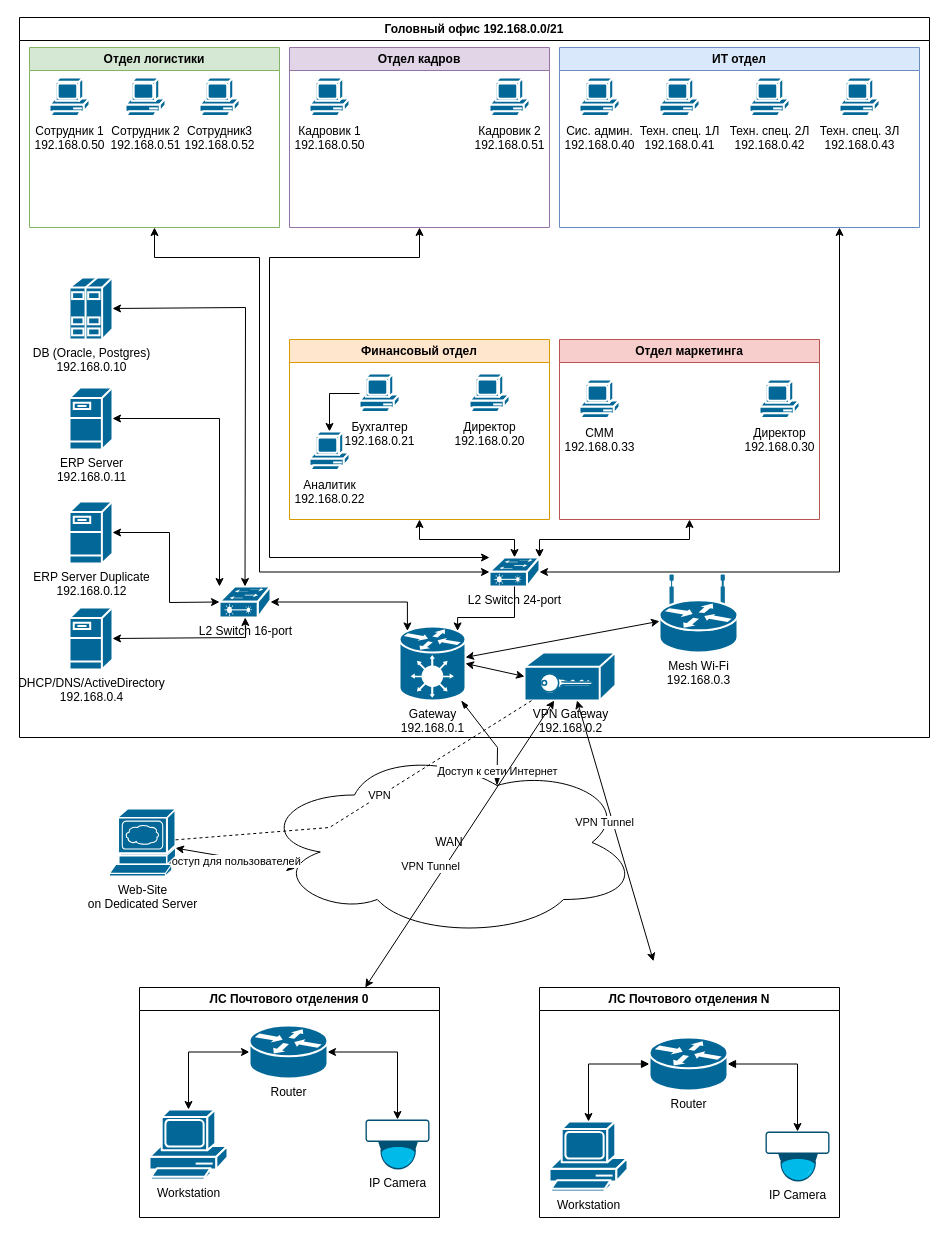
This is Корпоративные ИС/Лабы/Работа 3/computerNetwork.drawio from an-nguen/ulstu_monorepo_an, a draw.io file, before an edit. Source tidied: cells renumbered, new cells numbered last; positions are measured from the earlier drawing's top-left corner, leaving out a move shared by most shapes. Both pictures are drawn from the tidied source at 100%, with x=0, y=0 at pixel (19, 17).
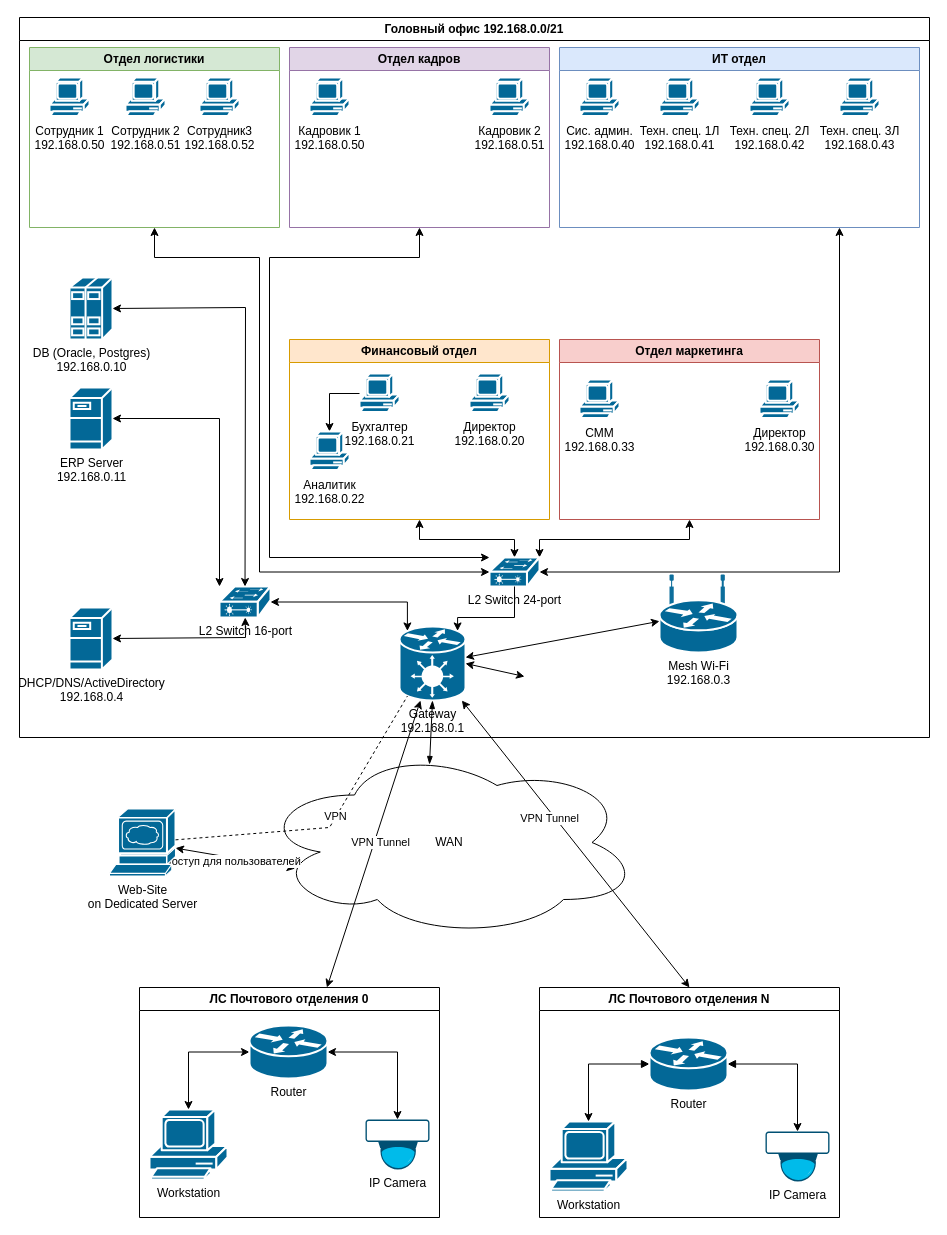
The same diagram, later.

Unchanged cells that the change refers to:
```xml
<mxCell id="2" value="Головный офис 192.168.0.0/21" style="swimlane;whiteSpace=wrap;html=1;" parent="1" vertex="1">
  <mxGeometry width="910" height="720" as="geometry" />
</mxCell>
<mxCell id="3" value="Gateway&lt;br&gt;192.168.0.1" style="shape=mxgraph.cisco.hubs_and_gateways.generic_gateway;sketch=0;html=1;dashed=0;fillColor=#036897;strokeColor=#ffffff;strokeWidth=2;verticalLabelPosition=bottom;verticalAlign=top;align=center;outlineConnect=0;points=[[0,0.5,0,0,0],[0.05,0.28,0,0,0],[0.05,0.73,0,0,0],[0.12,0.06,0,0,0],[0.12,0.94,0,0,0],[0.5,0,0,0,0],[0.5,1,0,0,0],[0.88,0.06,0,0,0],[0.88,0.94,0,0,0],[1,0.5,0,0,0]];" parent="2" vertex="1">
  <mxGeometry x="380" y="609" width="66" height="74" as="geometry" />
</mxCell>
<mxCell id="33" value="L2 Switch 16-port" style="shape=mxgraph.cisco.switches.layer_2_remote_switch;sketch=0;html=1;dashed=0;fillColor=#036897;strokeColor=#ffffff;strokeWidth=2;verticalLabelPosition=bottom;verticalAlign=top;align=center;outlineConnect=0;direction=east;" parent="2" vertex="1">
  <mxGeometry x="200" y="569" width="51" height="31" as="geometry" />
</mxCell>
<mxCell id="45" value="ЛС Почтового отделения 0" style="swimlane;whiteSpace=wrap;html=1;" parent="1" vertex="1">
  <mxGeometry x="120" y="970" width="300" height="230" as="geometry" />
</mxCell>
<mxCell id="51" value="ЛС Почтового отделения N" style="swimlane;whiteSpace=wrap;html=1;" parent="1" vertex="1">
  <mxGeometry x="520" y="970" width="300" height="230" as="geometry" />
</mxCell>
<mxCell id="57" value="WAN&lt;br&gt;" style="ellipse;shape=cloud;whiteSpace=wrap;html=1;" parent="1" vertex="1">
  <mxGeometry x="240" y="730" width="380" height="190" as="geometry" />
</mxCell>
<mxCell id="62" value="Web-Site &lt;br&gt;on Dedicated Server" style="shape=mxgraph.cisco.servers.www_server;sketch=0;html=1;dashed=0;fillColor=#036897;strokeColor=#ffffff;strokeWidth=2;verticalLabelPosition=bottom;verticalAlign=top;align=center;outlineConnect=0;" parent="1" vertex="1">
  <mxGeometry x="90" y="791.5" width="66" height="67" as="geometry" />
</mxCell>
```

What changed in the source:
```diff
@@
-    <mxCell id="29" value="ERP Server Duplicate&lt;br&gt;192.168.0.12" style="shape=mxgraph.cisco.servers.fileserver;sketch=0;html=1;dashed=0;fillColor=#036897;strokeColor=#ffffff;strokeWidth=2;verticalLabelPosition=bottom;verticalAlign=top;align=center;outlineConnect=0;" parent="2" vertex="1">
-      <mxGeometry x="50" y="484" width="43" height="62" as="geometry" />
-    </mxCell>
-    <mxCell id="30" value="VPN Gateway&lt;br&gt;192.168.0.2" style="shape=mxgraph.cisco.hubs_and_gateways.vpn_gateway;sketch=0;html=1;dashed=0;fillColor=#036897;strokeColor=#ffffff;strokeWidth=2;verticalLabelPosition=bottom;verticalAlign=top;align=center;outlineConnect=0;" parent="2" vertex="1">
-      <mxGeometry x="505" y="635" width="91" height="48" as="geometry" />
-    </mxCell>
@@
-    <mxCell id="35" style="endArrow=classic;startArrow=classic;html=1;rounded=0;exitX=1;exitY=0.5;exitDx=0;exitDy=0;exitPerimeter=0;entryX=0;entryY=0.5;entryDx=0;entryDy=0;entryPerimeter=0;" parent="2" edge="1" source="3" target="30">
-      <mxGeometry relative="1" as="geometry" />
+    <mxCell id="35" style="endArrow=classic;startArrow=classic;html=1;rounded=0;exitX=1;exitY=0.5;exitDx=0;exitDy=0;exitPerimeter=0;entryX=0;entryY=0.5;entryDx=0;entryDy=0;entryPerimeter=0;" parent="2" edge="1" source="3">
+      <mxGeometry relative="1" as="geometry">
+        <mxPoint x="505" y="659" as="targetPoint" />
+      </mxGeometry>
     </mxCell>
@@
-    <mxCell id="37" style="endArrow=classic;startArrow=classic;html=1;rounded=0;entryX=1;entryY=0.5;entryDx=0;entryDy=0;entryPerimeter=0;exitX=0;exitY=0.5;exitDx=0;exitDy=0;exitPerimeter=0;" parent="2" edge="1" source="33" target="29">
-      <mxGeometry relative="1" as="geometry">
-        <Array as="points">
-          <mxPoint x="150" y="585" />
-          <mxPoint x="150" y="515" />
-        </Array>
-      </mxGeometry>
-    </mxCell>
@@
-    <mxCell id="58" style="rounded=0;jettySize=auto;html=1;entryX=0.625;entryY=0.2;entryDx=0;entryDy=0;entryPerimeter=0;endArrow=blockThin;endFill=1;startArrow=blockThin;startFill=1;" parent="1" edge="1" source="3" target="57">
+    <mxCell id="58" style="rounded=0;jettySize=auto;html=1;endArrow=blockThin;endFill=1;startArrow=blockThin;startFill=1;exitX=0.5;exitY=1;exitDx=0;exitDy=0;exitPerimeter=0;" parent="1" edge="1" source="3">
       <mxGeometry relative="1" as="geometry">
+        <mxPoint x="410.4" y="747.4" as="targetPoint" />
         <Array as="points">
-          <mxPoint x="478" y="730" />
+          <mxPoint x="410" y="747" />
         </Array>
       </mxGeometry>
     </mxCell>
-    <mxCell id="59" value="Доступ к сети Интернет" style="edgeLabel;html=1;align=center;verticalAlign=middle;" parent="58" vertex="1">
-      <mxGeometry x="0.1" y="-2" relative="1" as="geometry">
-        <mxPoint x="4" y="27" as="offset" />
-      </mxGeometry>
-    </mxCell>
@@
-    <mxCell id="63" style="endArrow=none;dashed=1;html=1;rounded=0;" parent="1" edge="1" source="62" target="30">
+    <mxCell id="63" style="endArrow=none;dashed=1;html=1;rounded=0;entryX=0.12;entryY=0.94;entryDx=0;entryDy=0;entryPerimeter=0;" parent="1" edge="1" source="62" target="3">
       <mxGeometry relative="1" as="geometry">
         <Array as="points">
           <mxPoint x="310" y="810" />
         </Array>
       </mxGeometry>
     </mxCell>
@@
-    <mxCell id="65" style="endArrow=classic;startArrow=classic;html=1;rounded=0;exitX=0.38;exitY=-0.114;exitDx=0;exitDy=0;exitPerimeter=0;" parent="1" edge="1" source="51" target="30">
+    <mxCell id="65" style="endArrow=classic;startArrow=classic;html=1;rounded=0;exitX=0.5;exitY=0;exitDx=0;exitDy=0;" parent="1" edge="1" source="51" target="3">
       <mxGeometry relative="1" as="geometry" />
     </mxCell>
     <mxCell id="66" value="VPN Tunnel" style="edgeLabel;html=1;align=center;verticalAlign=middle;" parent="65" vertex="1">
       <mxGeometry x="0.31" y="-1" relative="1" as="geometry">
-        <mxPoint y="32" as="offset" />
+        <mxPoint x="8" y="19" as="offset" />
       </mxGeometry>
     </mxCell>
-    <mxCell id="67" style="endArrow=classic;startArrow=classic;html=1;rounded=0;" parent="1" edge="1" source="45" target="30">
+    <mxCell id="67" style="endArrow=classic;startArrow=classic;html=1;rounded=0;" parent="1" edge="1" source="45" target="3">
       <mxGeometry relative="1" as="geometry" />
     </mxCell>
     <mxCell id="68" value="VPN Tunnel" style="edgeLabel;html=1;align=center;verticalAlign=middle;" parent="67" vertex="1">
       <mxGeometry x="0.15" y="1" relative="1" as="geometry">
-        <mxPoint x="-43" y="44" as="offset" />
+        <mxPoint y="20" as="offset" />
       </mxGeometry>
     </mxCell>
```
